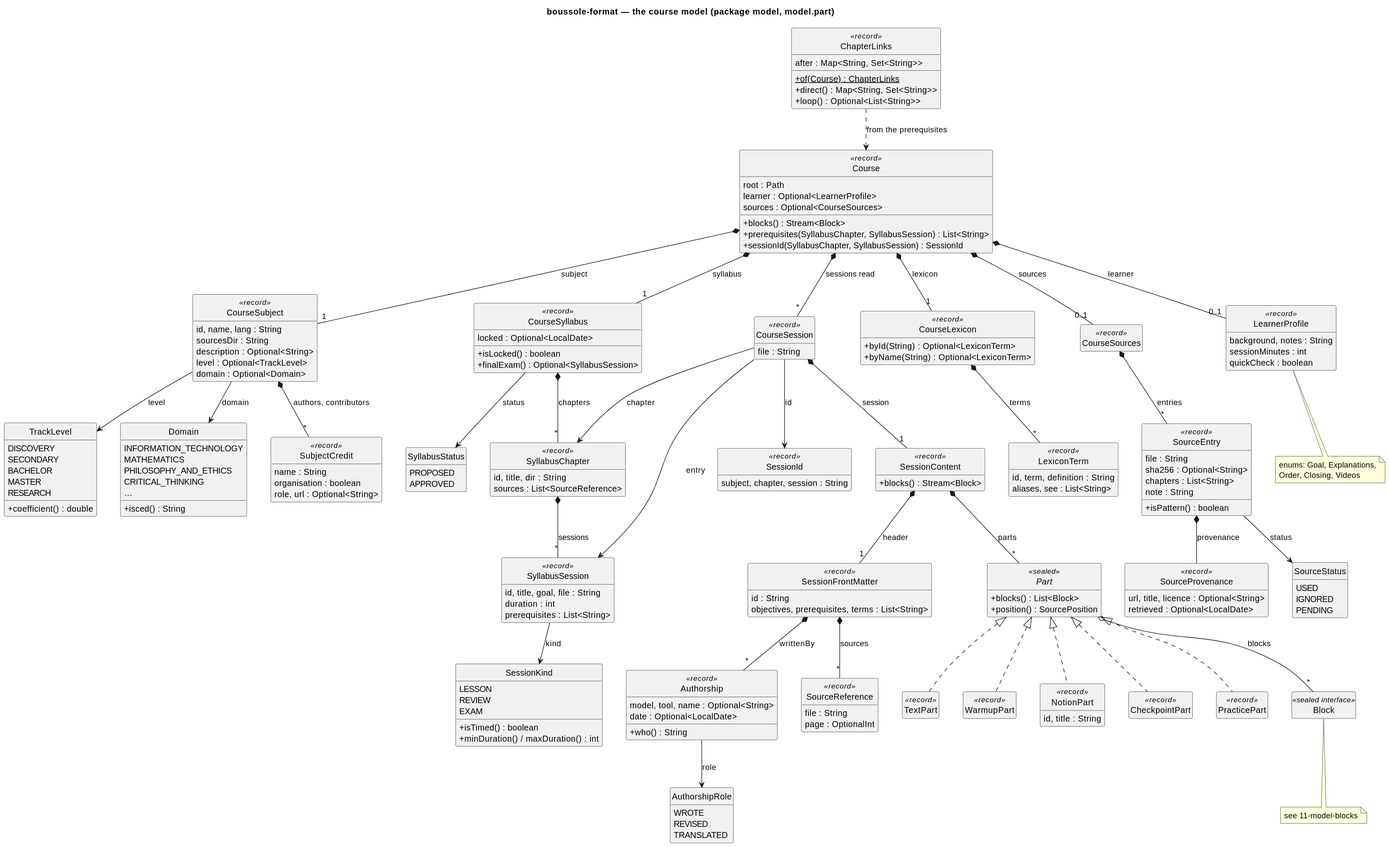
lucasssoh/Boussole keeps this PlantUML diagram as docs/diagrams/10-model-course.svg. Above is the earlier version.
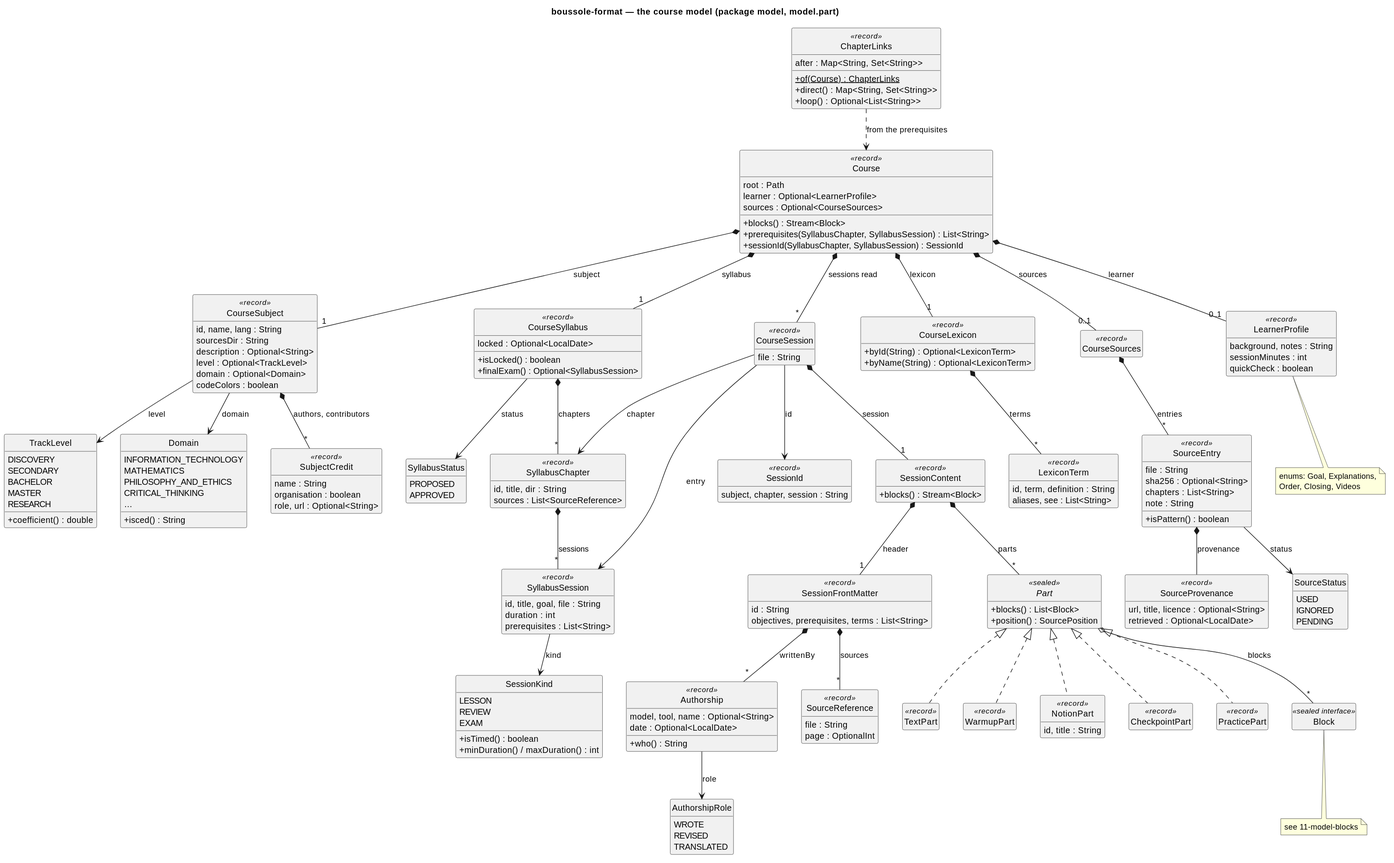
After the change.

What changed in the source:
```diff
@@ -21,6 +21,7 @@
   description : Optional<String>
   level : Optional<TrackLevel>
   domain : Optional<Domain>
+  codeColors : boolean
 }
 enum TrackLevel {
   DISCOVERY
```
